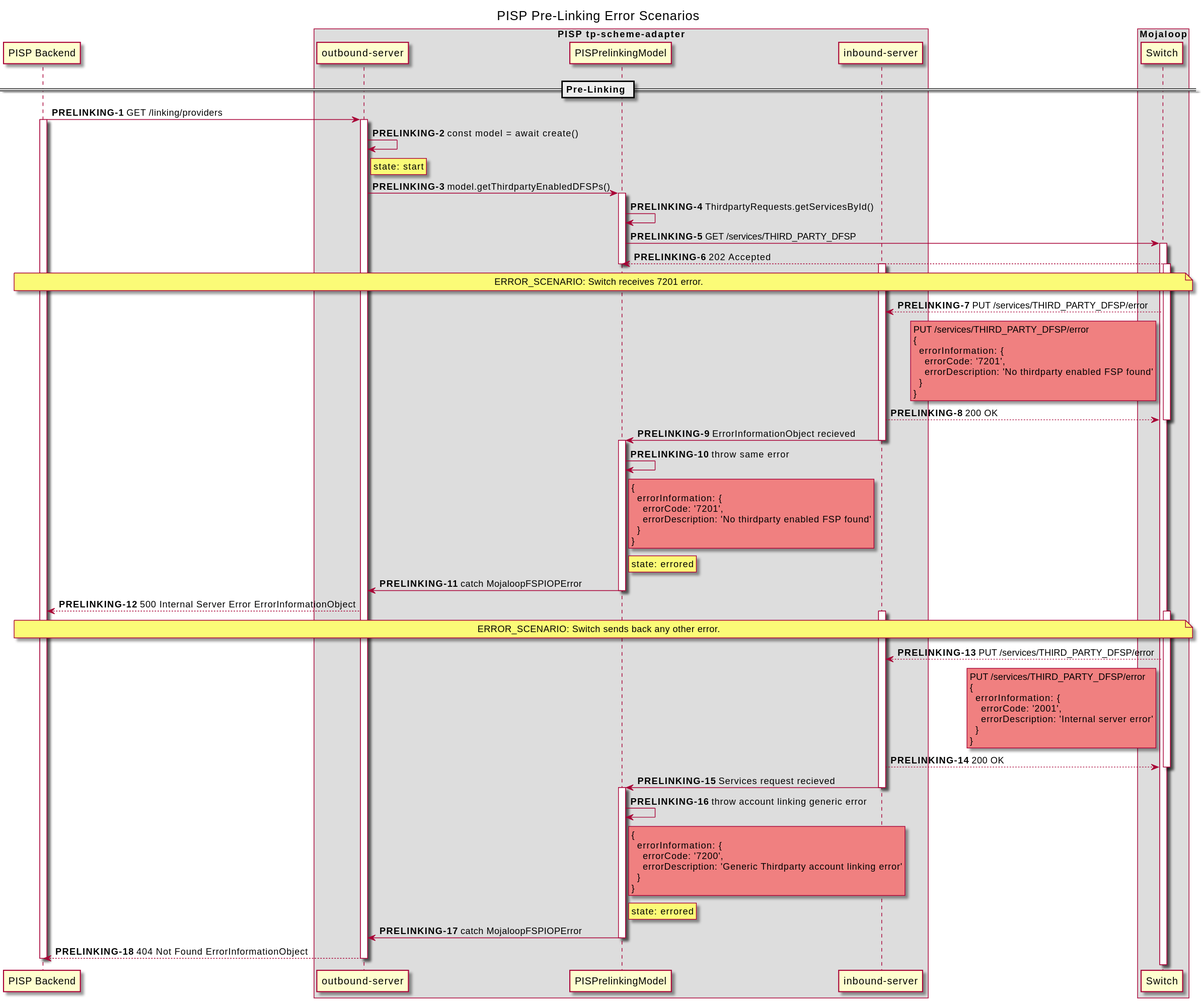
Above: out/docs/sequence/PISPPreLinkingApi/PISP Pre-Linking Error Scenarios.svg in mojaloop/thirdparty-sdk (PlantUML), before the change.
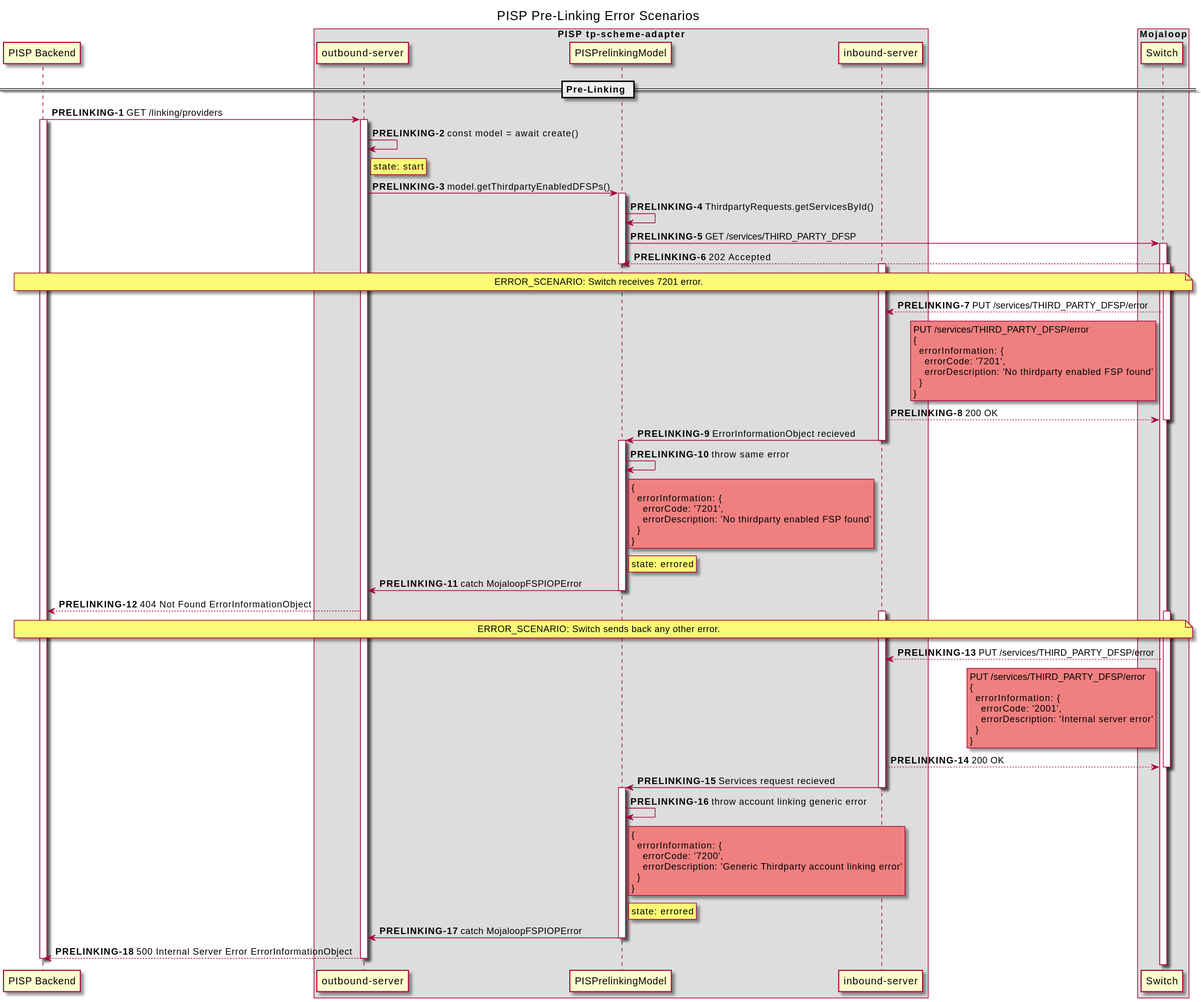
Above is the later version.

Commit message:
chore: fix seq diagram

What changed in the source:
```diff
@@ -73,7 +73,7 @@
 
 deactivate PISP_PLM
 
-PISP_TP_OUT --> PISP: 500 Internal Server Error ErrorInformationObject
+PISP_TP_OUT --> PISP: 404 Not Found ErrorInformationObject
 
 
 note over PISP, Switch
@@ -115,7 +115,7 @@
 
 deactivate PISP_PLM
 
-PISP_TP_OUT --> PISP: 404 Not Found ErrorInformationObject
+PISP_TP_OUT --> PISP: 500 Internal Server Error ErrorInformationObject
 
 deactivate PISP_TP_OUT
 deactivate PISP
```
